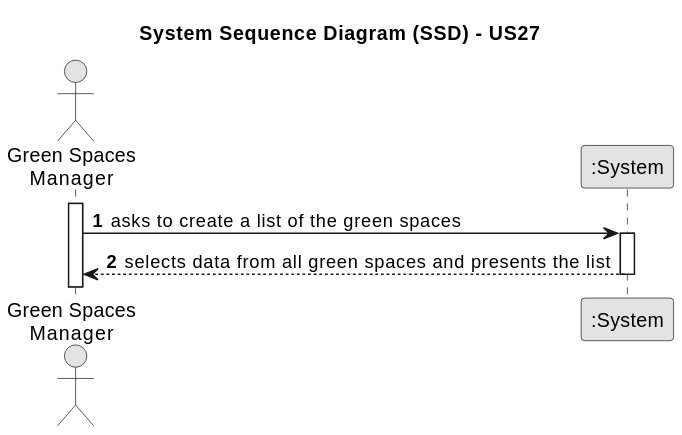
This is docs/sprintC/us27/01.requirements-engineering/svg/us27-system-sequence-diagram.svg from Paulo-Pereira-at-ISEP/lei-24-s2-1nanb-g321, a PlantUML export, as it was before one commit. Source of this version:
```plantuml
@startuml
skinparam monochrome true
skinparam packageStyle rectangle
skinparam shadowing false

title System Sequence Diagram (SSD) - US27

autonumber

actor "Green Spaces\nManager" as Employee
participant ":System" as System

activate Employee

    Employee -> System : asks to create a list of the green spaces
    activate System

        System --> Employee : selects data from all green spaces and presents the list
    deactivate System
@enduml
```
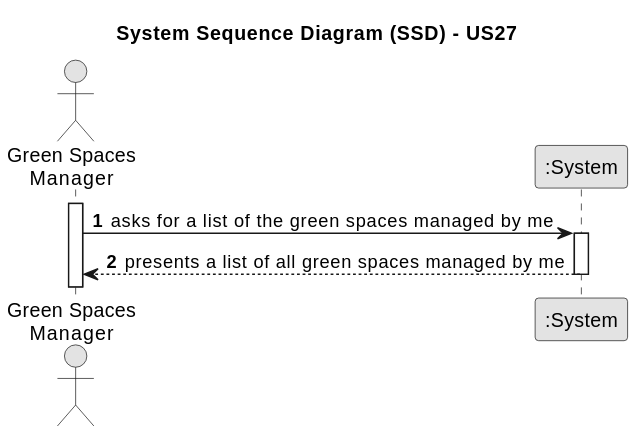
Later version of the same file.

What changed in the source:
```diff
@@ -12,9 +12,9 @@
 
 activate Employee
 
-    Employee -> System : asks to create a list of the green spaces
+    Employee -> System : asks for a list of the green spaces managed by me
     activate System
 
-        System --> Employee : selects data from all green spaces and presents the list
+        System --> Employee : presents a list of all green spaces managed by me
     deactivate System
 @enduml
```
